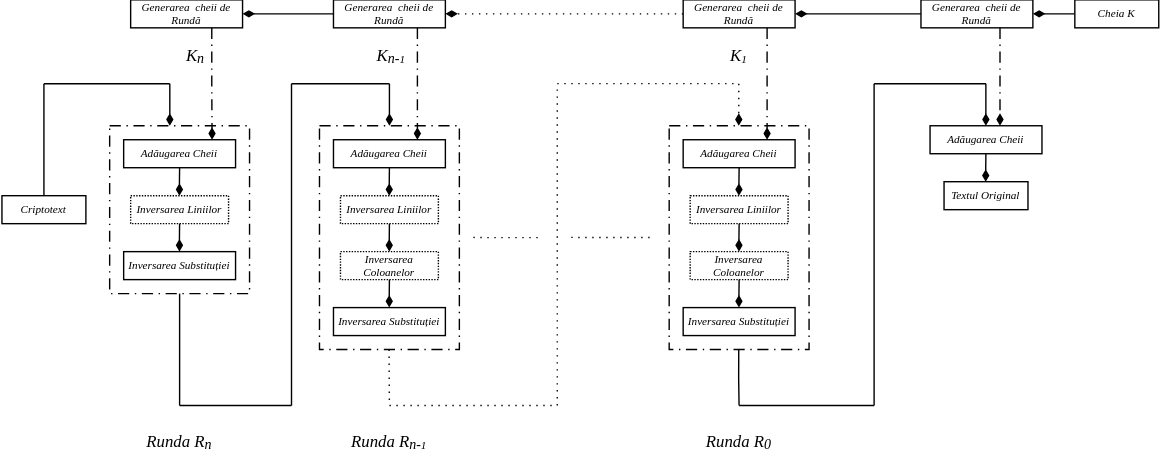
danalexandru26/Dissertation keeps this draw.io diagram as Images/DecryptionFlow2.svg. Above is the earlier version. Source tidied: cells renumbered, new cells last; positions are measured from the earlier drawing's top-left corner, leaving out a move shared by most shapes.
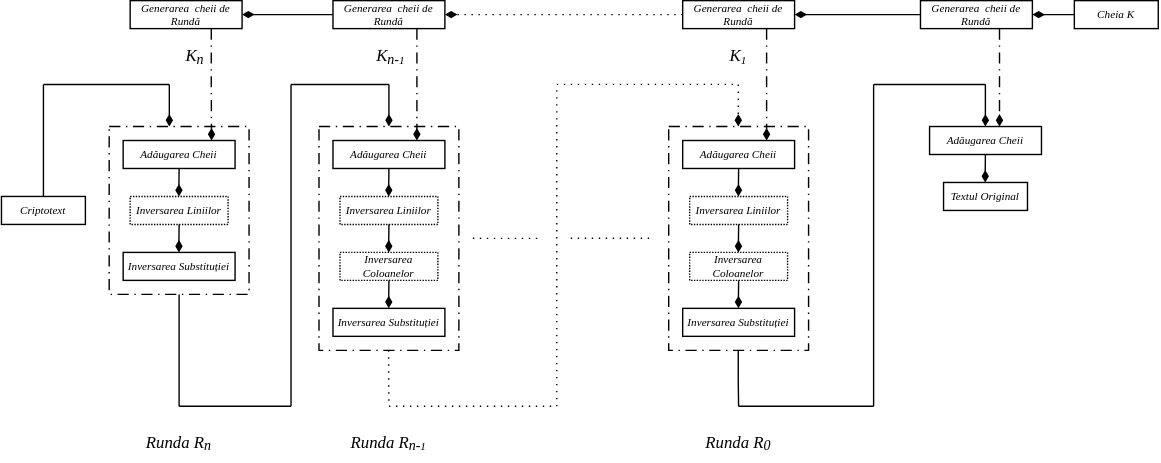
After the commit.

What changed in the source:
```diff
@@ -239,7 +239,7 @@
     <mxCell id="45" style="edgeStyle=orthogonalEdgeStyle;rounded=0;jettySize=auto;html=1;exitX=0.75;exitY=1;exitDx=0;exitDy=0;entryX=0.75;entryY=0;entryDx=0;entryDy=0;endArrow=diamondThin;endFill=1;dashed=1;dashPattern=8 4 1 4;" parent="1" edge="1" source="46" target="12">
       <mxGeometry relative="1" as="geometry" />
     </mxCell>
-    <mxCell id="46" value="Generarea&amp;nbsp; cheii de Rundă&amp;nbsp;" style="rounded=0;whiteSpace=wrap;html=1;fontSize=8;fontFamily=Times New Roman;fontStyle=2;convertToSvg=1;svgWhiteSpace=wrap;" parent="1" vertex="1">
+    <mxCell id="46" value="Generarea&amp;nbsp; cheii de Rundă&amp;nbsp;" style="rounded=0;whiteSpace=wrap;html=1;fontSize=8;fontFamily=Times New Roman;fontStyle=2;convertToSvg=1;svgWhiteSpace=wrap;fillStyle=cross-hatch;" parent="1" vertex="1">
       <mxGeometry x="237" width="80" height="20" as="geometry" />
     </mxCell>
     <mxCell id="47" style="edgeStyle=orthogonalEdgeStyle;rounded=0;jettySize=auto;html=1;dashed=1;dashPattern=1 4;endArrow=diamondThin;endFill=1;" parent="1" edge="1" source="49" target="46">
@@ -248,16 +248,16 @@
     <mxCell id="48" style="edgeStyle=orthogonalEdgeStyle;rounded=0;jettySize=auto;html=1;exitX=0.75;exitY=1;exitDx=0;exitDy=0;entryX=0.75;entryY=0;entryDx=0;entryDy=0;endArrow=diamondThin;endFill=1;dashed=1;dashPattern=8 4 1 4;" parent="1" edge="1" source="49" target="22">
       <mxGeometry relative="1" as="geometry" />
     </mxCell>
-    <mxCell id="49" value="Generarea&amp;nbsp; cheii de Rundă&amp;nbsp;" style="rounded=0;whiteSpace=wrap;html=1;fontSize=8;fontFamily=Times New Roman;fontStyle=2;convertToSvg=1;svgWhiteSpace=wrap;" parent="1" vertex="1">
+    <mxCell id="49" value="Generarea&amp;nbsp; cheii de Rundă&amp;nbsp;" style="rounded=0;whiteSpace=wrap;html=1;fontSize=8;fontFamily=Times New Roman;fontStyle=2;convertToSvg=1;svgWhiteSpace=wrap;fillStyle=cross-hatch;" parent="1" vertex="1">
       <mxGeometry x="487" width="80" height="20" as="geometry" />
     </mxCell>
-    <mxCell id="50" value="Generarea&amp;nbsp; cheii de Rundă&amp;nbsp;" style="rounded=0;whiteSpace=wrap;html=1;fontSize=8;fontFamily=Times New Roman;fontStyle=2;convertToSvg=1;svgWhiteSpace=wrap;" parent="1" vertex="1">
+    <mxCell id="50" value="Generarea&amp;nbsp; cheii de Rundă&amp;nbsp;" style="rounded=0;whiteSpace=wrap;html=1;fontSize=8;fontFamily=Times New Roman;fontStyle=2;convertToSvg=1;svgWhiteSpace=wrap;fillStyle=cross-hatch;" parent="1" vertex="1">
       <mxGeometry x="92" width="80" height="20" as="geometry" />
     </mxCell>
     <mxCell id="51" style="edgeStyle=orthogonalEdgeStyle;rounded=0;jettySize=auto;html=1;entryX=1;entryY=0.5;entryDx=0;entryDy=0;endArrow=diamondThin;endFill=1;" parent="1" edge="1" source="52" target="49">
       <mxGeometry relative="1" as="geometry" />
     </mxCell>
-    <mxCell id="52" value="Generarea&amp;nbsp; cheii de Rundă&amp;nbsp;" style="rounded=0;whiteSpace=wrap;html=1;fontSize=8;fontFamily=Times New Roman;fontStyle=2;convertToSvg=1;svgWhiteSpace=wrap;" parent="1" vertex="1">
+    <mxCell id="52" value="Generarea&amp;nbsp; cheii de Rundă&amp;nbsp;" style="rounded=0;whiteSpace=wrap;html=1;fontSize=8;fontFamily=Times New Roman;fontStyle=2;convertToSvg=1;svgWhiteSpace=wrap;fillStyle=cross-hatch;" parent="1" vertex="1">
       <mxGeometry x="657" width="80" height="20" as="geometry" />
     </mxCell>
     <mxCell id="53" style="edgeStyle=orthogonalEdgeStyle;rounded=0;jettySize=auto;html=1;entryX=1;entryY=0.5;entryDx=0;entryDy=0;endArrow=diamondThin;endFill=1;" parent="1" edge="1" source="54" target="52">
```
